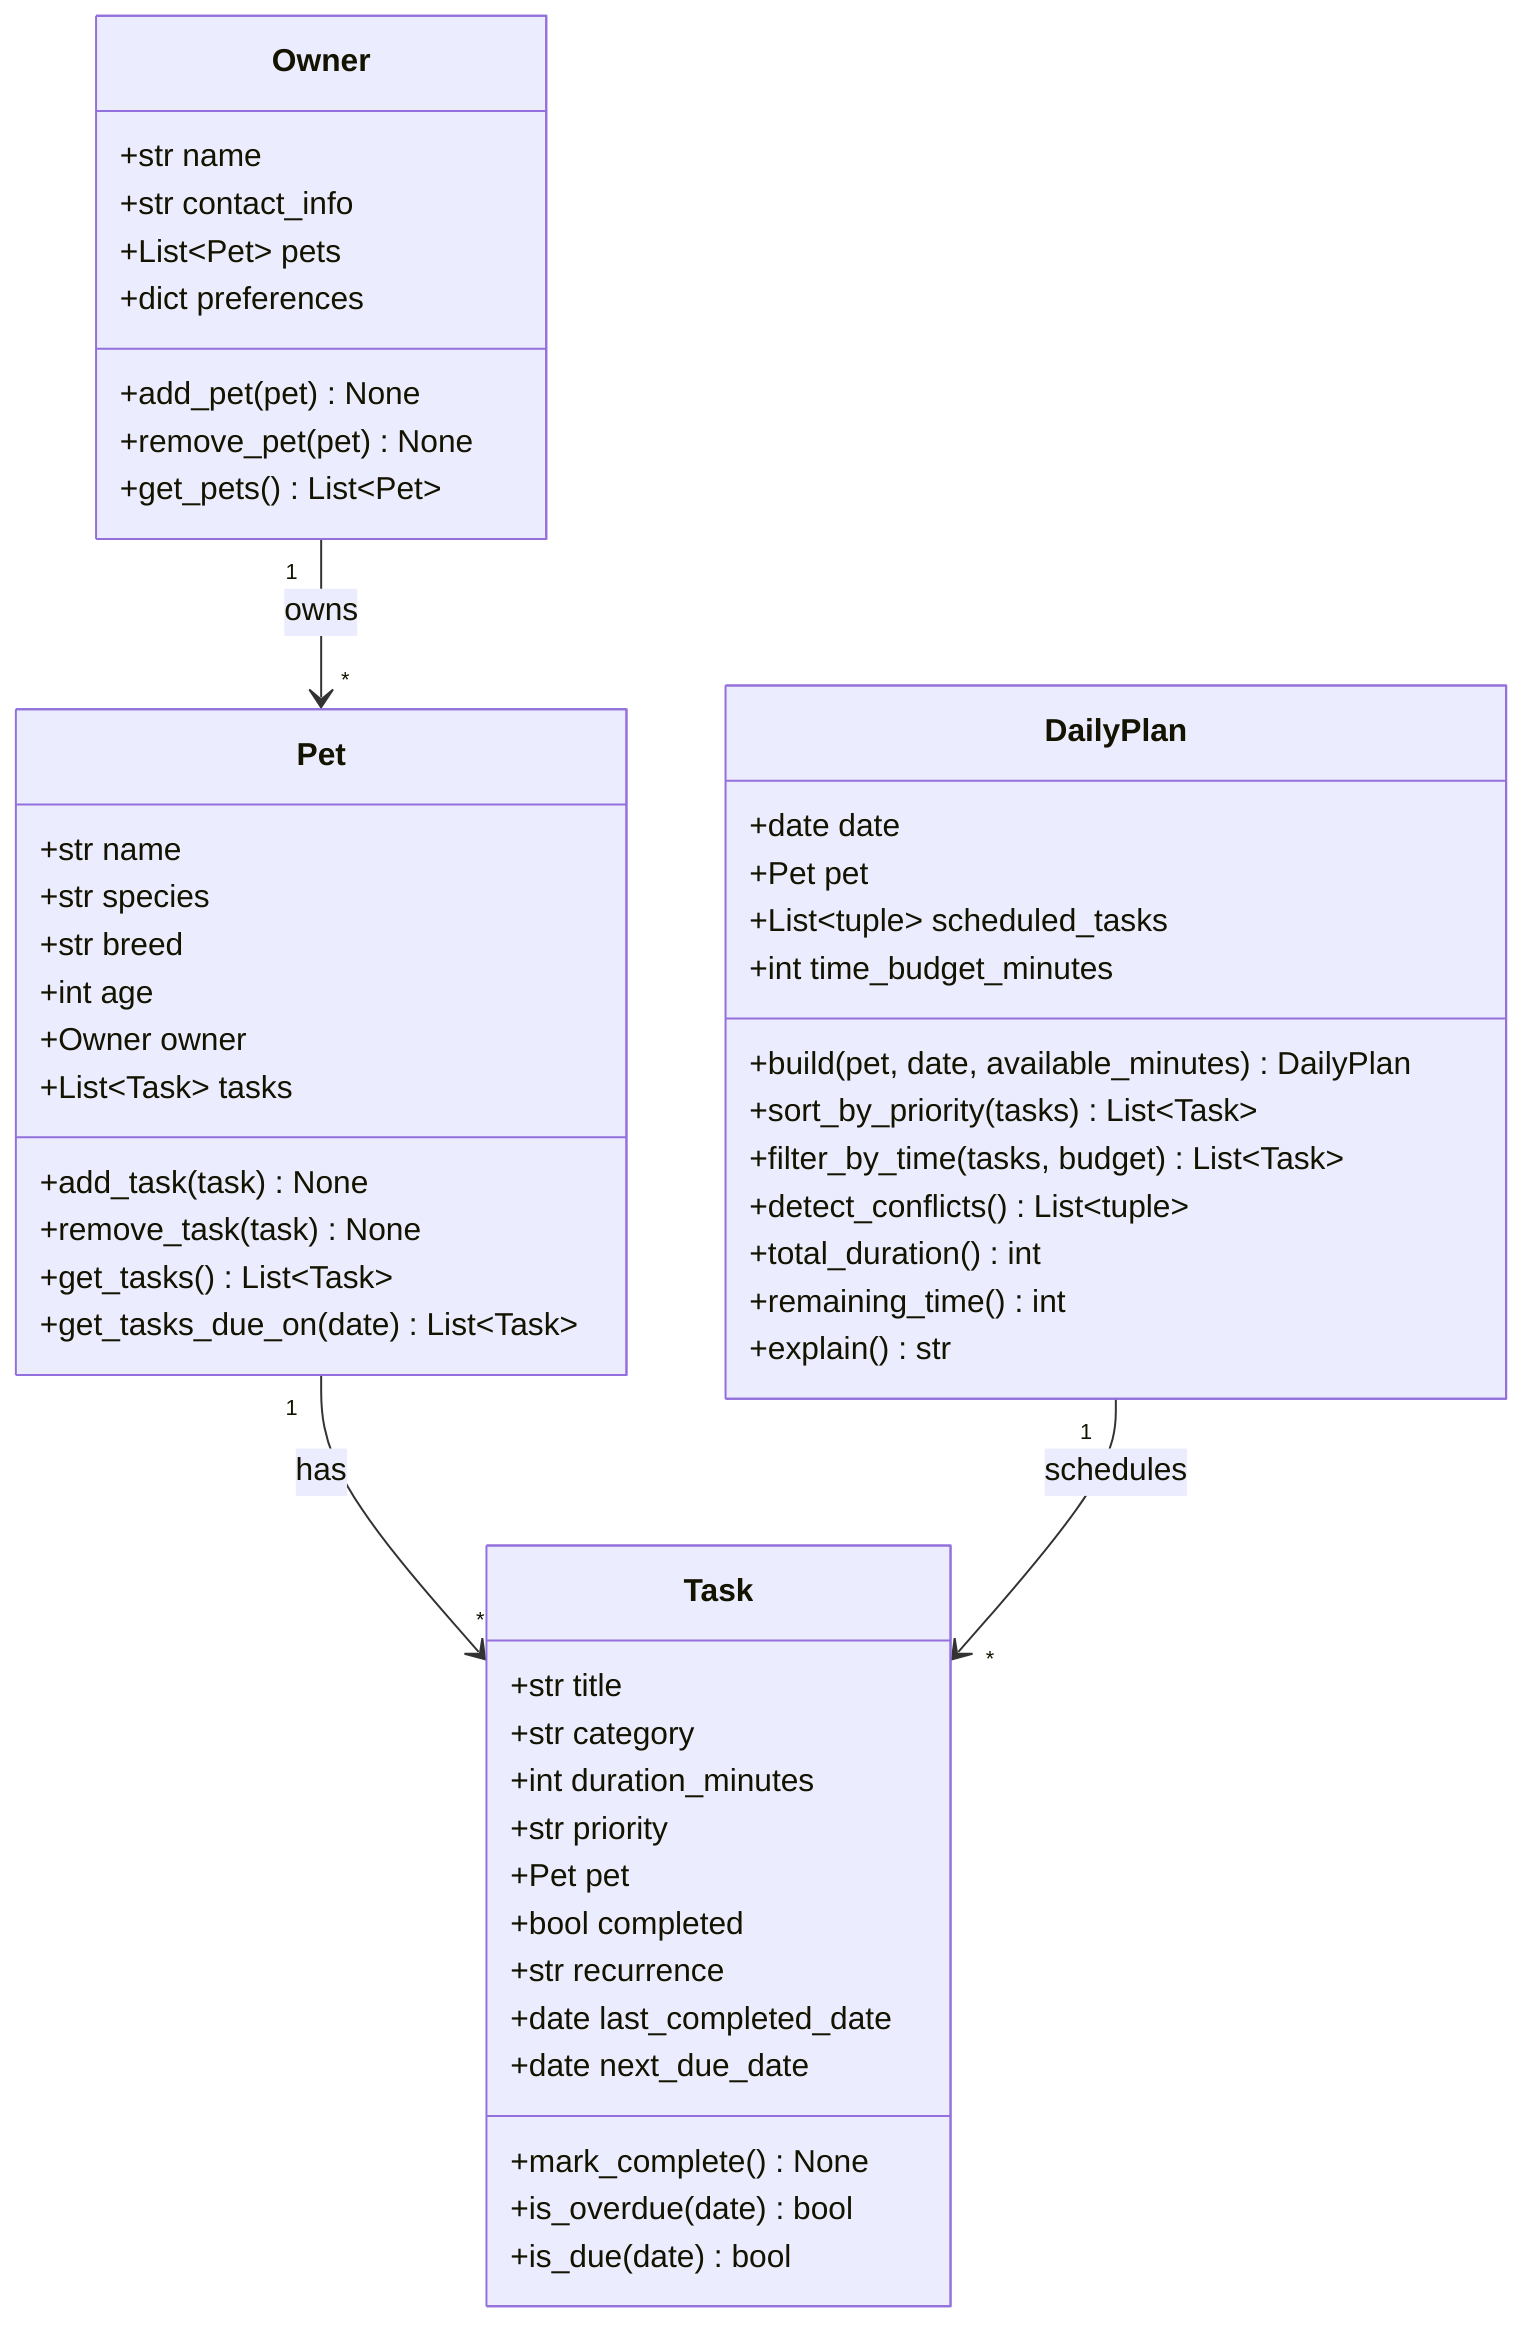
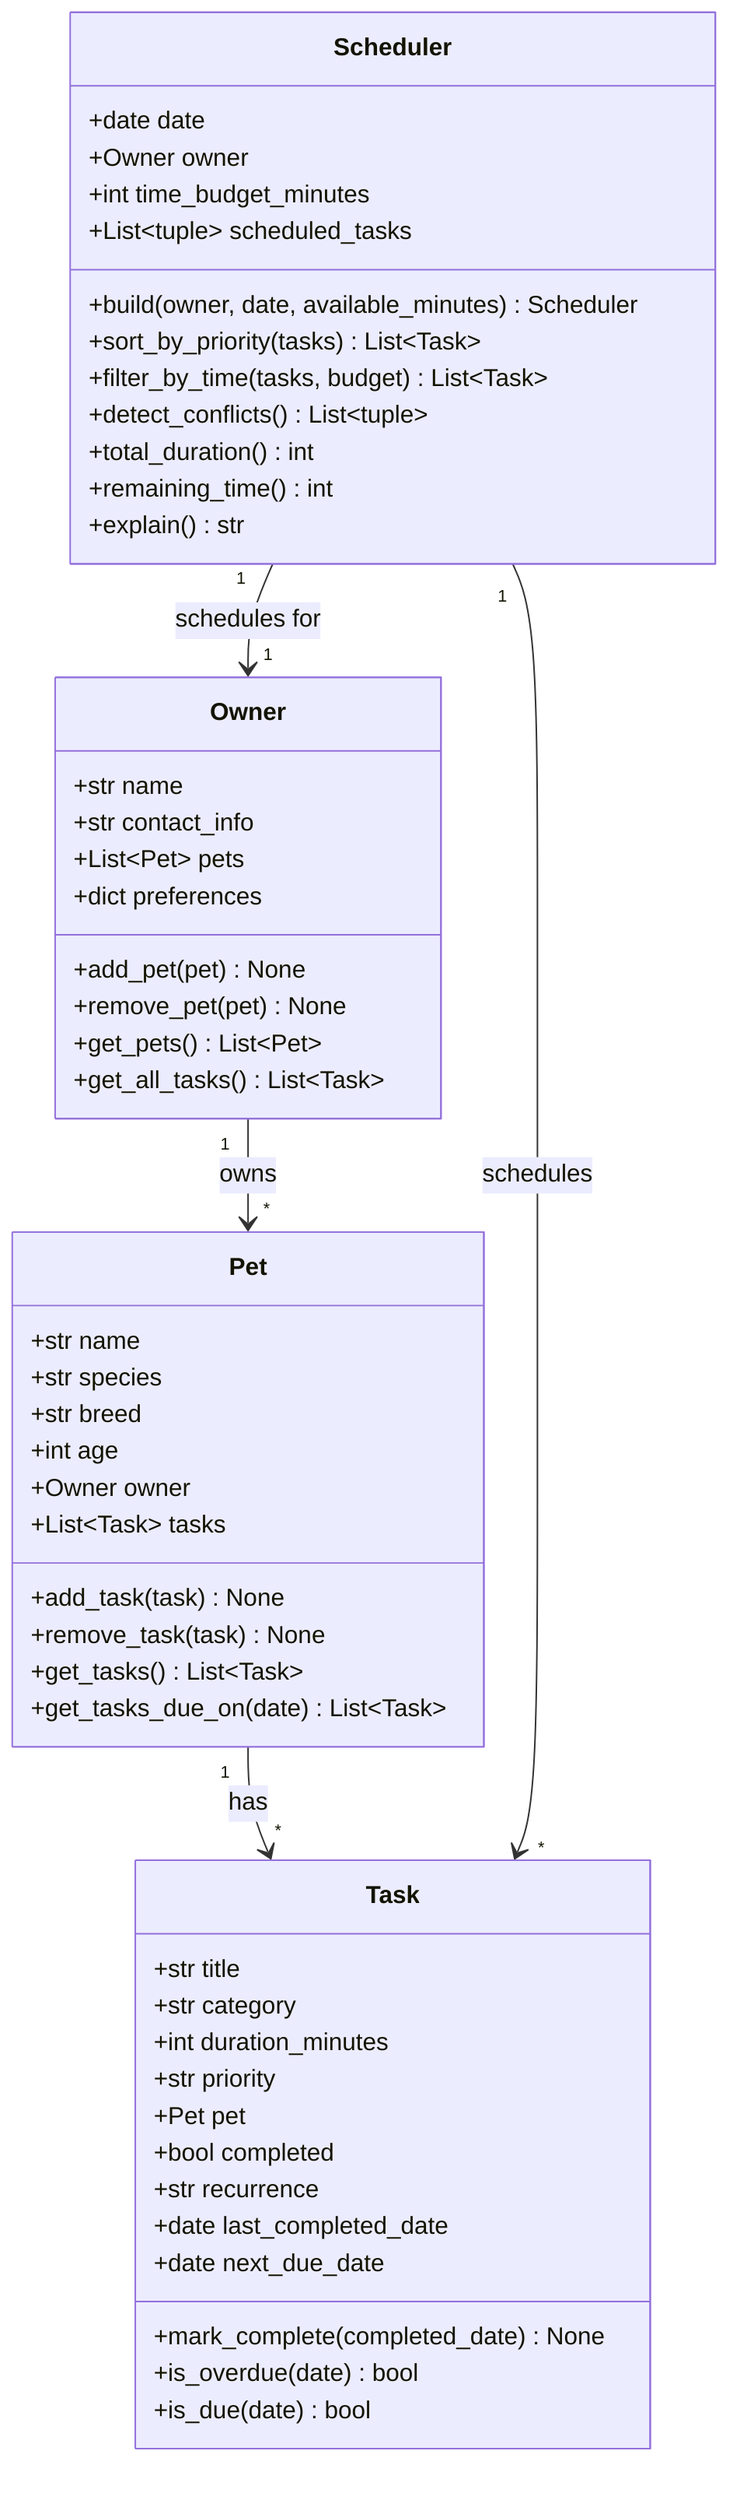
classDiagram
    class Owner {
        +str name
        +str contact_info
        +List~Pet~ pets
        +dict preferences
        +add_pet(pet) None
        +remove_pet(pet) None
        +get_pets() List~Pet~
+         +get_all_tasks() List~Task~
    }

    class Pet {
        +str name
        +str species
        +str breed
        +int age
        +Owner owner
        +List~Task~ tasks
        +add_task(task) None
        +remove_task(task) None
        +get_tasks() List~Task~
        +get_tasks_due_on(date) List~Task~
    }

    class Task {
        +str title
        +str category
        +int duration_minutes
        +str priority
        +Pet pet
        +bool completed
        +str recurrence
        +date last_completed_date
        +date next_due_date
-         +mark_complete() None
+         +mark_complete(completed_date) None
        +is_overdue(date) bool
        +is_due(date) bool
    }

-     class DailyPlan {
+     class Scheduler {
        +date date
-         +Pet pet
+         +Owner owner
+         +int time_budget_minutes
        +List~tuple~ scheduled_tasks
-         +int time_budget_minutes
-         +build(pet, date, available_minutes) DailyPlan
+         +build(owner, date, available_minutes) Scheduler
        +sort_by_priority(tasks) List~Task~
        +filter_by_time(tasks, budget) List~Task~
        +detect_conflicts() List~tuple~
        +total_duration() int
        +remaining_time() int
        +explain() str
    }

    Owner "1" --> "*" Pet : owns
    Pet "1" --> "*" Task : has
-     DailyPlan "1" --> "*" Task : schedules
+     Scheduler "1" --> "1" Owner : schedules for
+     Scheduler "1" --> "*" Task : schedules
